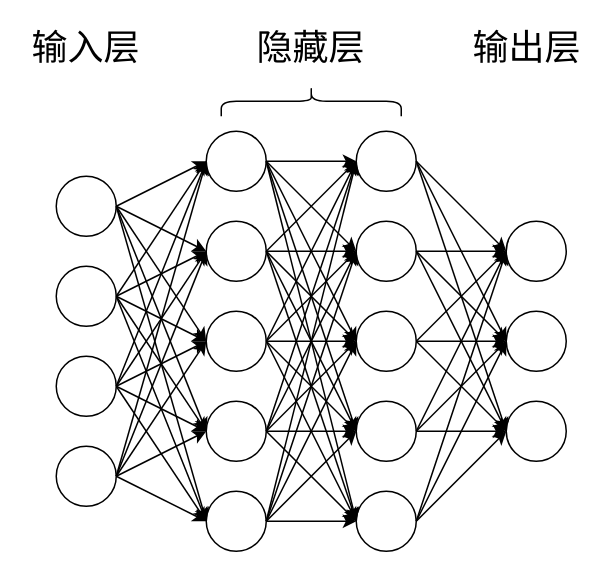
This is FNN.drawio from Zhou-AY/hello-world, a draw.io file, before an edit. Source tidied: cells renumbered, new cells numbered last; positions are measured from the earlier drawing's top-left corner, leaving out a move shared by most shapes. Both pictures are drawn from the tidied source at 150%, with x=0, y=0 at pixel (26, 10).
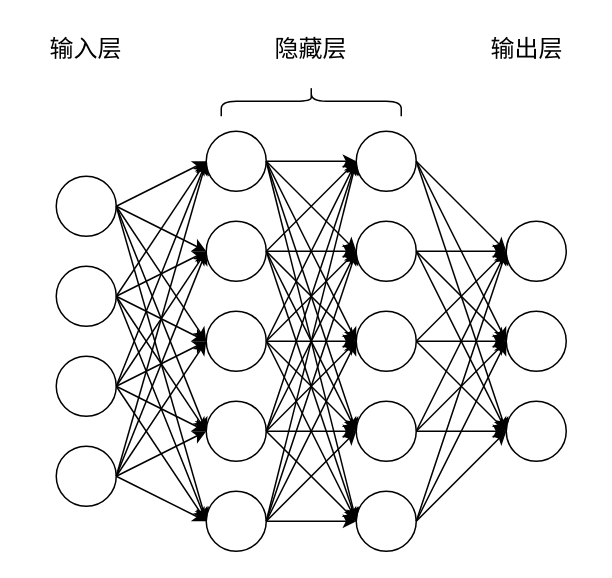
After the change.

Change to the diagram source:
```diff
@@
-    <mxCell id="79" value="&lt;font style=&quot;font-size: 24px;&quot;&gt;输入层&lt;/font&gt;" style="text;html=1;strokeColor=none;fillColor=none;align=center;verticalAlign=middle;whiteSpace=wrap;rounded=0;" parent="1" vertex="1">
+    <mxCell id="79" value="&lt;font style=&quot;font-size: 16px;&quot;&gt;输入层&lt;/font&gt;" style="text;html=1;strokeColor=none;fillColor=none;align=center;verticalAlign=middle;whiteSpace=wrap;rounded=0;" parent="1" vertex="1">
       <mxGeometry y="10" width="80" height="30" as="geometry" />
     </mxCell>
@@
-    <mxCell id="81" value="&lt;font style=&quot;font-size: 24px;&quot;&gt;隐藏层&lt;/font&gt;" style="text;html=1;strokeColor=none;fillColor=none;align=center;verticalAlign=middle;whiteSpace=wrap;rounded=0;" parent="1" vertex="1">
+    <mxCell id="81" value="&lt;font style=&quot;font-size: 16px;&quot;&gt;隐藏层&lt;/font&gt;" style="text;html=1;strokeColor=none;fillColor=none;align=center;verticalAlign=middle;whiteSpace=wrap;rounded=0;" parent="1" vertex="1">
       <mxGeometry x="150" y="10" width="80" height="30" as="geometry" />
     </mxCell>
-    <mxCell id="82" value="&lt;font style=&quot;font-size: 24px;&quot;&gt;输出层&lt;/font&gt;" style="text;html=1;strokeColor=none;fillColor=none;align=center;verticalAlign=middle;whiteSpace=wrap;rounded=0;" parent="1" vertex="1">
+    <mxCell id="82" value="&lt;font style=&quot;font-size: 16px;&quot;&gt;输出层&lt;/font&gt;" style="text;html=1;strokeColor=none;fillColor=none;align=center;verticalAlign=middle;whiteSpace=wrap;rounded=0;" parent="1" vertex="1">
       <mxGeometry x="294" y="10" width="80" height="30" as="geometry" />
     </mxCell>
```
